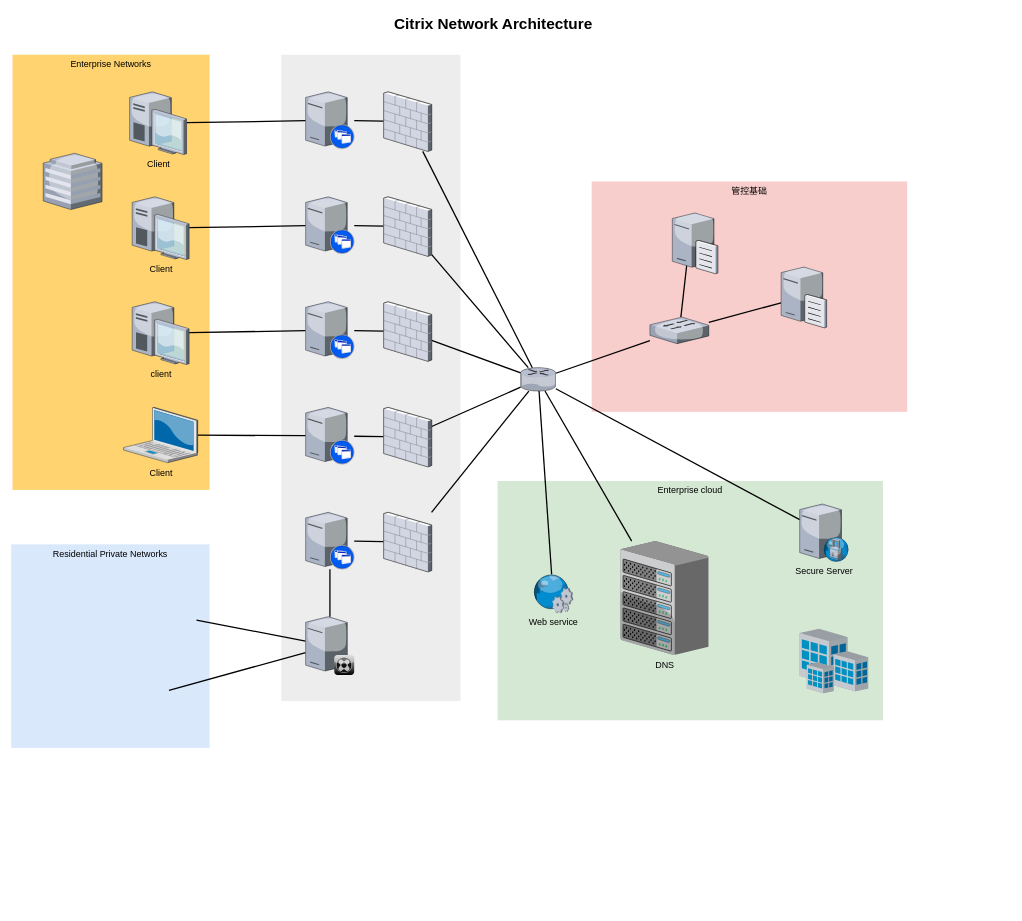
The draw.io diagram 未命名绘图.drawio in MaskJS/draw.io, before the edit. Source tidied: cells renumbered, new cells numbered last; positions are measured from the earlier drawing's top-left corner, leaving out a move shared by most shapes. Both pictures are drawn from the tidied source at 64%, with x=0, y=0 at pixel (11, 11).
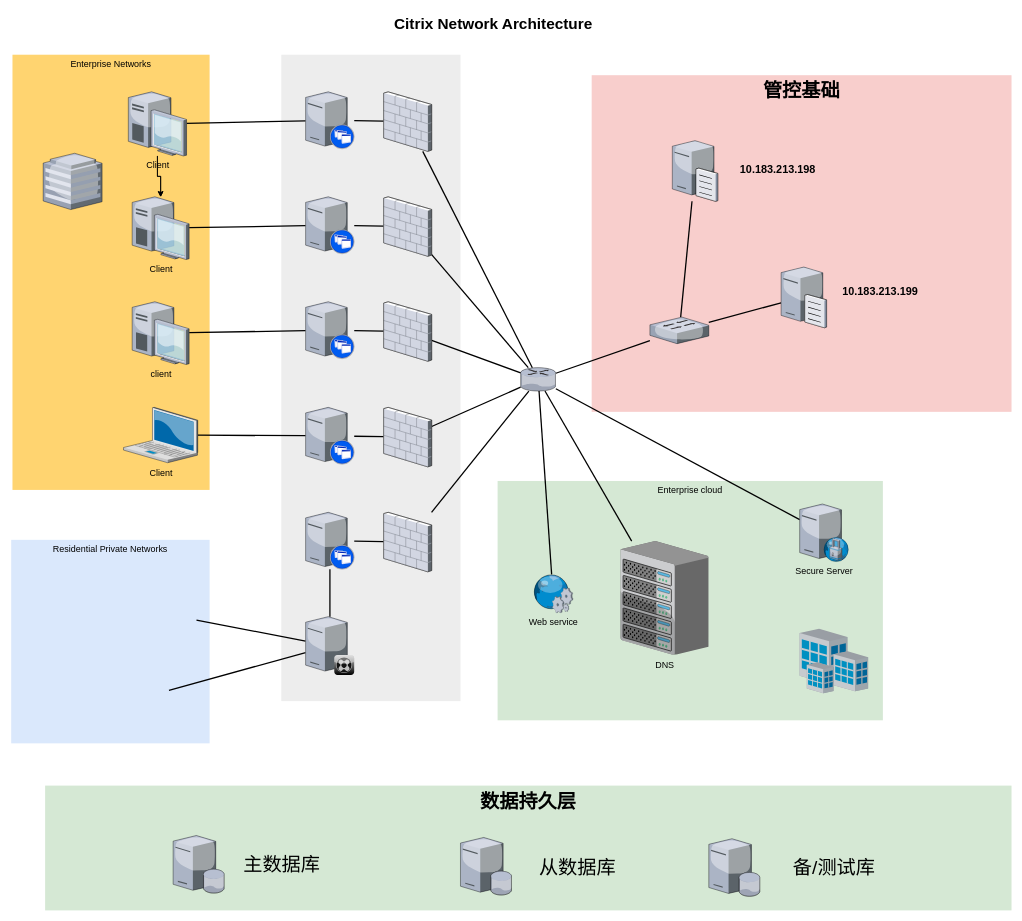
The same page after the edit.

Commit message:
更新未命名绘图.drawio

The change refers to these unchanged cells:
```xml
<mxCell id="13" value="Client" style="verticalLabelPosition=bottom;html=1;verticalAlign=top;strokeColor=none;shape=mxgraph.citrix.desktop;fillColor=#66B2FF;gradientColor=#0066CC;fontSize=14;" parent="1" vertex="1">
  <mxGeometry x="189" y="290" width="89" height="98" as="geometry" />
</mxCell>
<mxCell id="48" style="verticalLabelPosition=bottom;html=1;verticalAlign=top;strokeColor=none;shape=mxgraph.citrix.switch;fillColor=#66B2FF;gradientColor=#0066CC;fontSize=14;" parent="1" vertex="1">
  <mxGeometry x="998" y="478" width="92" height="41.5" as="geometry" />
</mxCell>
```

Change to the diagram source:
```diff
@@
-    <mxCell id="2" value="管控基础" style="whiteSpace=wrap;html=1;fillColor=#f8cecc;fontSize=14;strokeColor=none;verticalAlign=top;" parent="1" vertex="1">
-      <mxGeometry x="907" y="266" width="493" height="360" as="geometry" />
+    <mxCell id="2" value="&lt;b&gt;&lt;font style=&quot;font-size: 30px;&quot;&gt;管控基础&lt;/font&gt;&lt;/b&gt;" style="whiteSpace=wrap;html=1;fillColor=#f8cecc;fontSize=14;strokeColor=none;verticalAlign=top;" parent="1" vertex="1">
+      <mxGeometry x="907" y="100" width="656" height="526" as="geometry" />
     </mxCell>
@@
     <mxCell id="5" value="Residential Private Networks" style="whiteSpace=wrap;html=1;fillColor=#dae8fc;fontSize=14;strokeColor=none;verticalAlign=top;" parent="1" vertex="1">
-      <mxGeometry y="833" width="310" height="318" as="geometry" />
+      <mxGeometry y="826" width="310" height="318" as="geometry" />
     </mxCell>
@@
+    <mxCell id="55" style="edgeStyle=orthogonalEdgeStyle;rounded=0;jettySize=auto;html=1;" parent="1" edge="1" source="15" target="13">
+      <mxGeometry relative="1" as="geometry" />
+    </mxCell>
+    <mxCell id="56" style="edgeStyle=orthogonalEdgeStyle;rounded=0;jettySize=auto;html=1;" parent="1" edge="1" source="15" target="13">
+      <mxGeometry relative="1" as="geometry" />
+    </mxCell>
+    <mxCell id="57" style="edgeStyle=orthogonalEdgeStyle;rounded=0;jettySize=auto;html=1;" parent="1" edge="1" source="15" target="13">
+      <mxGeometry relative="1" as="geometry" />
+    </mxCell>
     <mxCell id="15" value="Client" style="verticalLabelPosition=bottom;html=1;verticalAlign=top;strokeColor=none;shape=mxgraph.citrix.desktop;fillColor=#66B2FF;gradientColor=#0066CC;fontSize=14;" parent="1" vertex="1">
-      <mxGeometry x="185" y="126" width="89" height="98" as="geometry" />
+      <mxGeometry x="183" y="126" width="91" height="100.2" as="geometry" />
     </mxCell>
@@
-    <mxCell id="46" style="edgeStyle=none;rounded=0;html=1;startSize=10;endSize=10;jettySize=auto;fontSize=14;endArrow=none;endFill=0;strokeWidth=2;" parent="1" edge="1" source="48">
-      <mxGeometry relative="1" as="geometry">
-        <mxPoint x="1057.5" y="379" as="targetPoint" />
-      </mxGeometry>
+    <mxCell id="46" style="edgeStyle=none;rounded=0;html=1;startSize=10;endSize=10;jettySize=auto;fontSize=14;endArrow=none;endFill=0;strokeWidth=2;" parent="1" edge="1" source="48" target="53">
+      <mxGeometry relative="1" as="geometry" />
     </mxCell>
@@
-    <mxCell id="53" style="verticalLabelPosition=bottom;sketch=0;html=1;verticalAlign=top;strokeColor=none;align=center;outlineConnect=0;shape=mxgraph.citrix.file_server;" parent="1" vertex="1">
-      <mxGeometry x="1033" y="313" width="71" height="97" as="geometry" />
+    <mxCell id="53" style="verticalLabelPosition=bottom;sketch=0;html=1;verticalAlign=top;align=center;outlineConnect=0;shape=mxgraph.citrix.file_server;labelBackgroundColor=none;" parent="1" vertex="1">
+      <mxGeometry x="1033" y="200" width="71" height="97" as="geometry" />
     </mxCell>
@@
+    <mxCell id="58" value="10.183.213.198" style="text;strokeColor=none;align=center;fillColor=none;html=1;verticalAlign=middle;whiteSpace=wrap;rounded=0;labelBackgroundColor=none;fontSize=17;fontStyle=1;" parent="1" vertex="1">
+      <mxGeometry x="1133" y="233.5" width="130" height="30" as="geometry" />
+    </mxCell>
+    <mxCell id="59" value="10.183.213.199" style="text;strokeColor=none;align=center;fillColor=none;html=1;verticalAlign=middle;whiteSpace=wrap;rounded=0;labelBackgroundColor=none;fontSize=17;fontStyle=1;" parent="1" vertex="1">
+      <mxGeometry x="1293" y="424" width="130" height="30" as="geometry" />
+    </mxCell>
+    <mxCell id="60" value="&lt;b&gt;&lt;font style=&quot;font-size: 30px;&quot;&gt;数据持久层&lt;/font&gt;&lt;/b&gt;" style="whiteSpace=wrap;html=1;fontSize=14;verticalAlign=top;fillColor=#d5e8d4;strokeColor=none;" parent="1" vertex="1">
+      <mxGeometry x="53" y="1210" width="1510" height="195" as="geometry" />
+    </mxCell>
+    <mxCell id="61" style="verticalLabelPosition=bottom;sketch=0;html=1;verticalAlign=top;strokeColor=none;align=center;shape=mxgraph.citrix.database_server;labelBackgroundColor=none;fontSize=30;" parent="1" vertex="1">
+      <mxGeometry x="253" y="1288" width="80" height="90" as="geometry" />
+    </mxCell>
+    <mxCell id="62" style="verticalLabelPosition=bottom;sketch=0;html=1;verticalAlign=top;strokeColor=none;align=center;shape=mxgraph.citrix.database_server;labelBackgroundColor=none;fontSize=30;" parent="1" vertex="1">
+      <mxGeometry x="1090" y="1293" width="80" height="90" as="geometry" />
+    </mxCell>
+    <mxCell id="63" style="verticalLabelPosition=bottom;sketch=0;html=1;verticalAlign=top;strokeColor=none;align=center;shape=mxgraph.citrix.database_server;labelBackgroundColor=none;fontSize=30;" parent="1" vertex="1">
+      <mxGeometry x="702" y="1291" width="80" height="90" as="geometry" />
+    </mxCell>
+    <mxCell id="64" value="主数据库" style="text;strokeColor=none;align=center;fillColor=none;html=1;verticalAlign=middle;whiteSpace=wrap;rounded=0;labelBackgroundColor=none;fontSize=30;" parent="1" vertex="1">
+      <mxGeometry x="353" y="1318" width="140" height="30" as="geometry" />
+    </mxCell>
+    <mxCell id="65" value="从数据库" style="text;strokeColor=none;align=center;fillColor=none;html=1;verticalAlign=middle;whiteSpace=wrap;rounded=0;labelBackgroundColor=none;fontSize=30;" parent="1" vertex="1">
+      <mxGeometry x="815" y="1323" width="140" height="30" as="geometry" />
+    </mxCell>
+    <mxCell id="66" value="备/测试库" style="text;strokeColor=none;align=center;fillColor=none;html=1;verticalAlign=middle;whiteSpace=wrap;rounded=0;labelBackgroundColor=none;fontSize=30;" parent="1" vertex="1">
+      <mxGeometry x="1215.5" y="1323" width="140" height="30" as="geometry" />
+    </mxCell>
```
